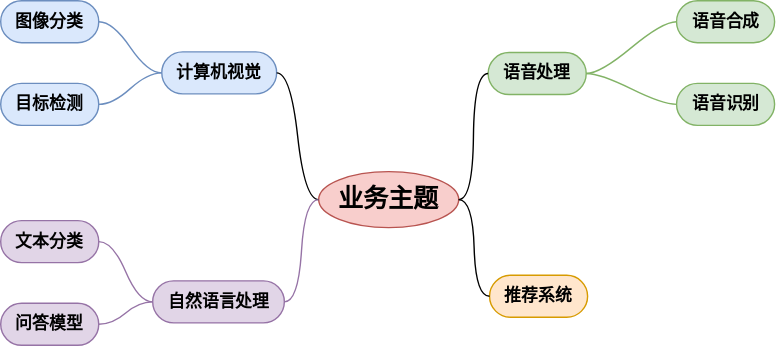
Before: imgs/Business_topics.drawio.svg, a diagram exported from draw.io (itmorn/AI.handbook). Source tidied: cells renumbered, new cells last; positions are measured from the earlier drawing's top-left corner, leaving out a move shared by most shapes.
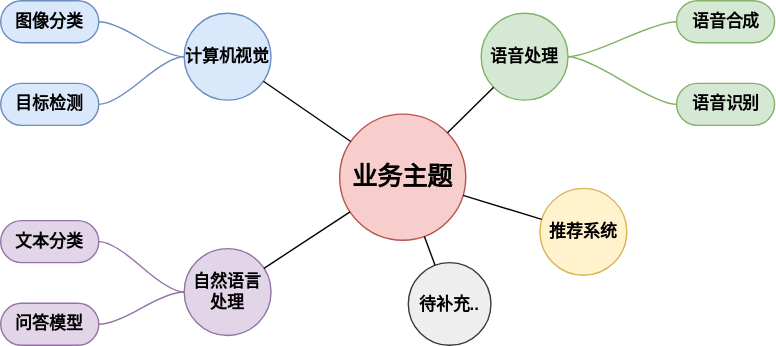
The same file after the commit.

Change to the diagram source:
```diff
@@ -3,14 +3,8 @@
     <mxCell id="0" />
     <mxCell id="1" parent="0" />
     <mxCell id="2" value="&lt;span style=&quot;font-size: 18px;&quot;&gt;业务主题&lt;/span&gt;" style="ellipse;whiteSpace=wrap;html=1;align=center;newEdgeStyle={&quot;edgeStyle&quot;:&quot;entityRelationEdgeStyle&quot;,&quot;startArrow&quot;:&quot;none&quot;,&quot;endArrow&quot;:&quot;none&quot;,&quot;segment&quot;:10,&quot;curved&quot;:1,&quot;sourcePerimeterSpacing&quot;:0,&quot;targetPerimeterSpacing&quot;:0};fillColor=#f8cecc;strokeColor=#b85450;shadow=0;fontStyle=1;fontSize=18;" parent="1" vertex="1">
-      <mxGeometry x="227" y="122" width="100" height="40" as="geometry" />
+      <mxGeometry x="242" y="81" width="90" height="90" as="geometry" />
     </mxCell>
-    <mxCell id="3" value="计算机视觉" style="whiteSpace=wrap;html=1;rounded=1;arcSize=50;align=center;verticalAlign=middle;strokeWidth=1;spacing=4;newEdgeStyle={&quot;edgeStyle&quot;:&quot;entityRelationEdgeStyle&quot;,&quot;startArrow&quot;:&quot;none&quot;,&quot;endArrow&quot;:&quot;none&quot;,&quot;segment&quot;:10,&quot;curved&quot;:1,&quot;sourcePerimeterSpacing&quot;:0,&quot;targetPerimeterSpacing&quot;:0};fillColor=#dae8fc;strokeColor=#6c8ebf;fontStyle=1;" parent="1" vertex="1">
-      <mxGeometry x="115" y="36.5" width="82" height="30" as="geometry" />
-    </mxCell>
-    <mxCell id="4" style="edgeStyle=entityRelationEdgeStyle;startArrow=none;endArrow=none;segment=10;curved=1;sourcePerimeterSpacing=0;targetPerimeterSpacing=0;rounded=0;fontStyle=1;" parent="1" edge="1" source="2" target="3">
-      <mxGeometry relative="1" as="geometry" />
-    </mxCell>
     <mxCell id="5" value="图像分类" style="whiteSpace=wrap;html=1;rounded=1;arcSize=50;align=center;verticalAlign=middle;strokeWidth=1;spacing=4;newEdgeStyle={&quot;edgeStyle&quot;:&quot;entityRelationEdgeStyle&quot;,&quot;startArrow&quot;:&quot;none&quot;,&quot;endArrow&quot;:&quot;none&quot;,&quot;segment&quot;:10,&quot;curved&quot;:1,&quot;sourcePerimeterSpacing&quot;:0,&quot;targetPerimeterSpacing&quot;:0};fillColor=#dae8fc;strokeColor=#6c8ebf;fontStyle=1;" parent="1" vertex="1">
       <mxGeometry width="70" height="30" as="geometry" />
     </mxCell>
@@ -23,12 +17,6 @@
     <mxCell id="8" style="edgeStyle=entityRelationEdgeStyle;startArrow=none;endArrow=none;segment=10;curved=1;sourcePerimeterSpacing=0;targetPerimeterSpacing=0;rounded=0;fontStyle=1;fillColor=#dae8fc;strokeColor=#6c8ebf;" parent="1" edge="1" source="3" target="7">
       <mxGeometry relative="1" as="geometry" />
     </mxCell>
-    <mxCell id="9" value="语音处理" style="whiteSpace=wrap;html=1;rounded=1;arcSize=50;align=center;verticalAlign=middle;strokeWidth=1;spacing=4;newEdgeStyle={&quot;edgeStyle&quot;:&quot;entityRelationEdgeStyle&quot;,&quot;startArrow&quot;:&quot;none&quot;,&quot;endArrow&quot;:&quot;none&quot;,&quot;segment&quot;:10,&quot;curved&quot;:1,&quot;sourcePerimeterSpacing&quot;:0,&quot;targetPerimeterSpacing&quot;:0};fillColor=#d5e8d4;strokeColor=#82b366;fontStyle=1;" parent="1" vertex="1">
-      <mxGeometry x="348" y="37" width="70" height="30" as="geometry" />
-    </mxCell>
-    <mxCell id="10" style="edgeStyle=entityRelationEdgeStyle;startArrow=none;endArrow=none;segment=10;curved=1;sourcePerimeterSpacing=0;targetPerimeterSpacing=0;rounded=0;fontStyle=1;" parent="1" edge="1" source="2" target="9">
-      <mxGeometry relative="1" as="geometry" />
-    </mxCell>
     <mxCell id="11" value="语音合成" style="whiteSpace=wrap;html=1;rounded=1;arcSize=50;align=center;verticalAlign=middle;strokeWidth=1;spacing=4;newEdgeStyle={&quot;edgeStyle&quot;:&quot;entityRelationEdgeStyle&quot;,&quot;startArrow&quot;:&quot;none&quot;,&quot;endArrow&quot;:&quot;none&quot;,&quot;segment&quot;:10,&quot;curved&quot;:1,&quot;sourcePerimeterSpacing&quot;:0,&quot;targetPerimeterSpacing&quot;:0};fillColor=#d5e8d4;strokeColor=#82b366;fontStyle=1;" parent="1" vertex="1">
       <mxGeometry x="482.5" width="70" height="30" as="geometry" />
     </mxCell>
@@ -41,29 +29,47 @@
     <mxCell id="14" style="edgeStyle=entityRelationEdgeStyle;startArrow=none;endArrow=none;segment=10;curved=1;sourcePerimeterSpacing=0;targetPerimeterSpacing=0;rounded=0;fontStyle=1;fillColor=#d5e8d4;strokeColor=#82b366;" parent="1" edge="1" source="9" target="13">
       <mxGeometry relative="1" as="geometry" />
     </mxCell>
-    <mxCell id="15" value="推荐系统" style="whiteSpace=wrap;html=1;rounded=1;arcSize=50;align=center;verticalAlign=middle;strokeWidth=1;spacing=4;newEdgeStyle={&quot;edgeStyle&quot;:&quot;entityRelationEdgeStyle&quot;,&quot;startArrow&quot;:&quot;none&quot;,&quot;endArrow&quot;:&quot;none&quot;,&quot;segment&quot;:10,&quot;curved&quot;:1,&quot;sourcePerimeterSpacing&quot;:0,&quot;targetPerimeterSpacing&quot;:0};fillColor=#ffe6cc;strokeColor=#d79b00;fontStyle=1;" parent="1" vertex="1">
-      <mxGeometry x="349" y="196" width="70" height="30" as="geometry" />
-    </mxCell>
-    <mxCell id="16" style="edgeStyle=entityRelationEdgeStyle;startArrow=none;endArrow=none;segment=10;curved=1;sourcePerimeterSpacing=0;targetPerimeterSpacing=0;rounded=0;fontStyle=1;" parent="1" edge="1" source="2" target="15">
-      <mxGeometry relative="1" as="geometry" />
-    </mxCell>
-    <mxCell id="17" value="自然语言处理" style="whiteSpace=wrap;html=1;rounded=1;arcSize=50;align=center;verticalAlign=middle;strokeWidth=1;spacing=4;newEdgeStyle={&quot;edgeStyle&quot;:&quot;entityRelationEdgeStyle&quot;,&quot;startArrow&quot;:&quot;none&quot;,&quot;endArrow&quot;:&quot;none&quot;,&quot;segment&quot;:10,&quot;curved&quot;:1,&quot;sourcePerimeterSpacing&quot;:0,&quot;targetPerimeterSpacing&quot;:0};fillColor=#e1d5e7;strokeColor=#9673a6;fontStyle=1;" parent="1" vertex="1">
-      <mxGeometry x="108.5" y="200" width="94" height="30" as="geometry" />
-    </mxCell>
-    <mxCell id="18" style="edgeStyle=entityRelationEdgeStyle;startArrow=none;endArrow=none;segment=10;curved=1;sourcePerimeterSpacing=0;targetPerimeterSpacing=0;rounded=0;fontStyle=1;fillColor=#e1d5e7;strokeColor=#9673a6;" parent="1" edge="1" source="2" target="17">
-      <mxGeometry relative="1" as="geometry" />
-    </mxCell>
     <mxCell id="19" value="文本分类" style="whiteSpace=wrap;html=1;rounded=1;arcSize=50;align=center;verticalAlign=middle;strokeWidth=1;spacing=4;newEdgeStyle={&quot;edgeStyle&quot;:&quot;entityRelationEdgeStyle&quot;,&quot;startArrow&quot;:&quot;none&quot;,&quot;endArrow&quot;:&quot;none&quot;,&quot;segment&quot;:10,&quot;curved&quot;:1,&quot;sourcePerimeterSpacing&quot;:0,&quot;targetPerimeterSpacing&quot;:0};fillColor=#e1d5e7;strokeColor=#9673a6;fontStyle=1;" parent="1" vertex="1">
       <mxGeometry y="157" width="70" height="30" as="geometry" />
     </mxCell>
-    <mxCell id="20" style="edgeStyle=entityRelationEdgeStyle;startArrow=none;endArrow=none;segment=10;curved=1;sourcePerimeterSpacing=0;targetPerimeterSpacing=0;rounded=0;fontStyle=1;fillColor=#e1d5e7;strokeColor=#9673a6;" parent="1" edge="1" source="17" target="19">
+    <mxCell id="20" style="edgeStyle=entityRelationEdgeStyle;startArrow=none;endArrow=none;segment=10;curved=1;sourcePerimeterSpacing=0;targetPerimeterSpacing=0;rounded=0;fontStyle=1;fillColor=#e1d5e7;strokeColor=#9673a6;" parent="1" edge="1" source="23" target="19">
       <mxGeometry relative="1" as="geometry" />
     </mxCell>
     <mxCell id="21" value="问答模型" style="whiteSpace=wrap;html=1;rounded=1;arcSize=50;align=center;verticalAlign=middle;strokeWidth=1;spacing=4;newEdgeStyle={&quot;edgeStyle&quot;:&quot;entityRelationEdgeStyle&quot;,&quot;startArrow&quot;:&quot;none&quot;,&quot;endArrow&quot;:&quot;none&quot;,&quot;segment&quot;:10,&quot;curved&quot;:1,&quot;sourcePerimeterSpacing&quot;:0,&quot;targetPerimeterSpacing&quot;:0};fillColor=#e1d5e7;strokeColor=#9673a6;fontStyle=1;" parent="1" vertex="1">
       <mxGeometry y="216" width="70" height="30" as="geometry" />
     </mxCell>
-    <mxCell id="22" style="edgeStyle=entityRelationEdgeStyle;startArrow=none;endArrow=none;segment=10;curved=1;sourcePerimeterSpacing=0;targetPerimeterSpacing=0;rounded=0;fontStyle=1;fillColor=#e1d5e7;strokeColor=#9673a6;" parent="1" edge="1" source="17" target="21">
+    <mxCell id="22" style="edgeStyle=entityRelationEdgeStyle;startArrow=none;endArrow=none;segment=10;curved=1;sourcePerimeterSpacing=0;targetPerimeterSpacing=0;rounded=0;fontStyle=1;fillColor=#e1d5e7;strokeColor=#9673a6;" parent="1" edge="1" source="23" target="21">
       <mxGeometry relative="1" as="geometry" />
     </mxCell>
+    <mxCell id="3" value="计算机视觉" style="ellipse;whiteSpace=wrap;html=1;fillColor=#dae8fc;strokeColor=#6c8ebf;fontStyle=1;" parent="1" vertex="1">
+      <mxGeometry x="131" y="9" width="62" height="62" as="geometry" />
+    </mxCell>
+    <mxCell id="4" style="endArrow=none;html=1;rounded=0;" parent="1" edge="1" source="2" target="3">
+      <mxGeometry relative="1" as="geometry" />
+    </mxCell>
+    <mxCell id="23" value="自然语言 处理" style="ellipse;whiteSpace=wrap;html=1;fillColor=#e1d5e7;strokeColor=#9673a6;fontStyle=1;" parent="1" vertex="1">
+      <mxGeometry x="131" y="177" width="62" height="62" as="geometry" />
+    </mxCell>
+    <mxCell id="24" style="endArrow=none;html=1;rounded=0;" parent="1" edge="1" source="2" target="23">
+      <mxGeometry relative="1" as="geometry" />
+    </mxCell>
+    <mxCell id="9" value="语音处理" style="ellipse;whiteSpace=wrap;html=1;fillColor=#d5e8d4;strokeColor=#82b366;fontStyle=1;" parent="1" vertex="1">
+      <mxGeometry x="343" y="9" width="62" height="62" as="geometry" />
+    </mxCell>
+    <mxCell id="10" style="endArrow=none;html=1;rounded=0;" parent="1" edge="1" source="2" target="9">
+      <mxGeometry relative="1" as="geometry" />
+    </mxCell>
+    <mxCell id="15" value="推荐系统" style="ellipse;whiteSpace=wrap;html=1;fillColor=#fff2cc;strokeColor=#d6b656;fontStyle=1;" parent="1" vertex="1">
+      <mxGeometry x="385" y="134" width="62" height="62" as="geometry" />
+    </mxCell>
+    <mxCell id="16" style="endArrow=none;html=1;rounded=0;" parent="1" edge="1" source="2" target="15">
+      <mxGeometry relative="1" as="geometry" />
+    </mxCell>
+    <mxCell id="25" value="待补充.." style="ellipse;whiteSpace=wrap;html=1;fillColor=#eeeeee;strokeColor=#36393d;fontStyle=1;" parent="1" vertex="1">
+      <mxGeometry x="291" y="187" width="59" height="59" as="geometry" />
+    </mxCell>
+    <mxCell id="26" style="endArrow=none;html=1;rounded=0;" parent="1" edge="1" source="25" target="2">
+      <mxGeometry relative="1" as="geometry" />
+    </mxCell>
   </root>
 </mxGraphModel>
```
